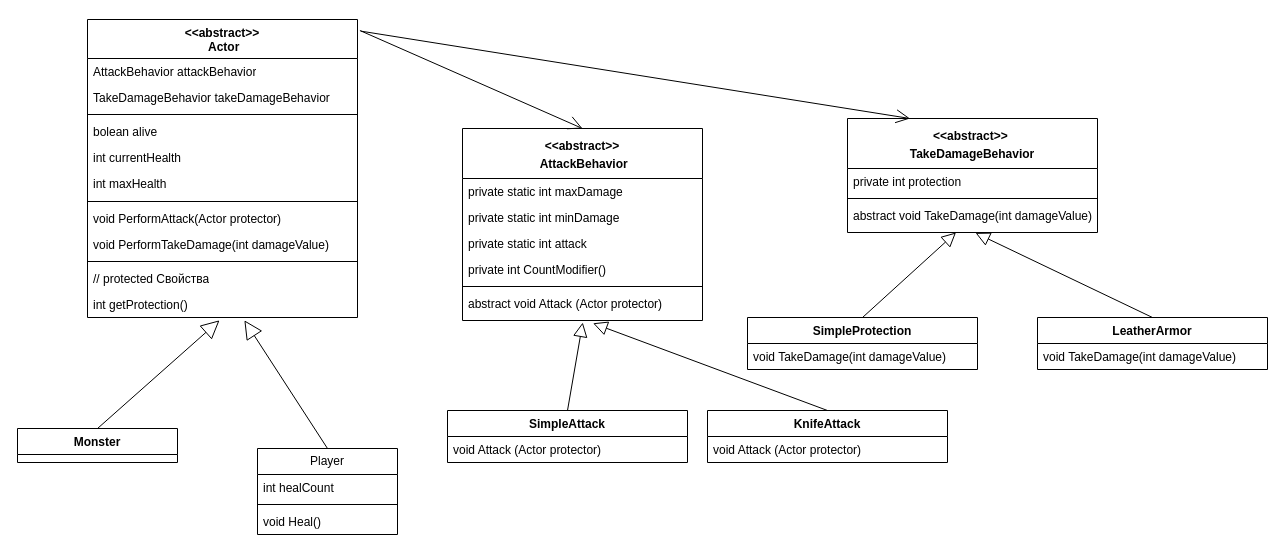
The draw.io diagram page "AbstractRealization" (2 of 2) of HaHClassDiogram.drawio in AlertedCoffee/HaHTestTask, before the edit. Source tidied: cells renumbered, new cells numbered last; positions are measured from the earlier drawing's top-left corner, leaving out a move shared by most shapes. Both pictures are drawn from the tidied source at 100%, with x=0, y=0 at pixel (17, 19).
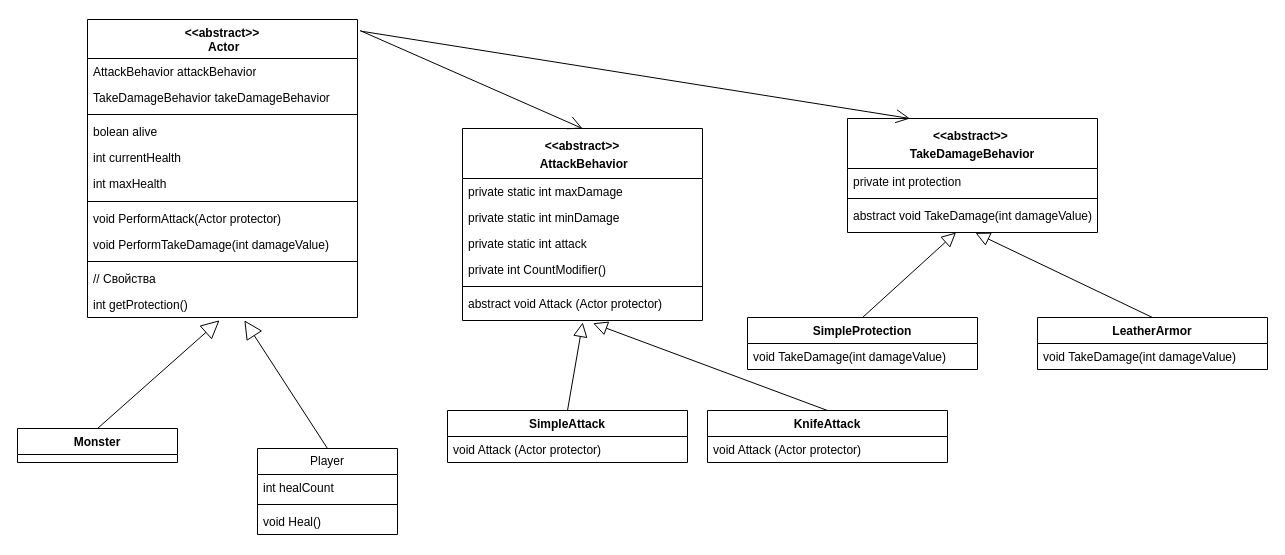
The same diagram, later.

The change refers to these unchanged cells:
```xml
<mxCell id="2" value="&amp;lt;&amp;lt;abstract&amp;gt;&amp;gt;&lt;br&gt;&amp;nbsp;Actor" style="swimlane;fontStyle=1;align=center;verticalAlign=top;horizontal=1;startSize=39;whiteSpace=wrap;html=1;" parent="1" vertex="1">
  <mxGeometry x="70" width="270" height="298" as="geometry" />
</mxCell>
```

Diff of the diagram source:
```diff
@@
-    <mxCell id="13" value="// protected Свойства" style="text;strokeColor=none;fillColor=none;align=left;verticalAlign=top;spacingLeft=4;spacingRight=4;overflow=hidden;whiteSpace=wrap;html=1;" parent="2" vertex="1">
+    <mxCell id="13" value="// Свойства" style="text;strokeColor=none;fillColor=none;align=left;verticalAlign=top;spacingLeft=4;spacingRight=4;overflow=hidden;whiteSpace=wrap;html=1;" parent="2" vertex="1">
       <mxGeometry y="246" width="270" height="26" as="geometry" />
     </mxCell>
```
